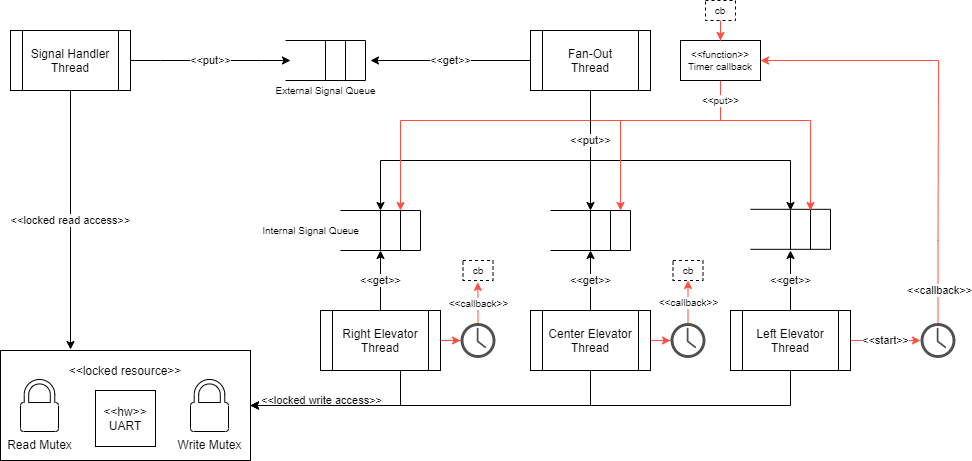
This is arquitetura/architecture.png from danilofuchs/TM4C1294_Elevator_Control, a draw.io export, as it was before one commit. Source tidied: cells renumbered, new cells last; positions are measured from the earlier drawing's top-left corner, leaving out a move shared by most shapes.
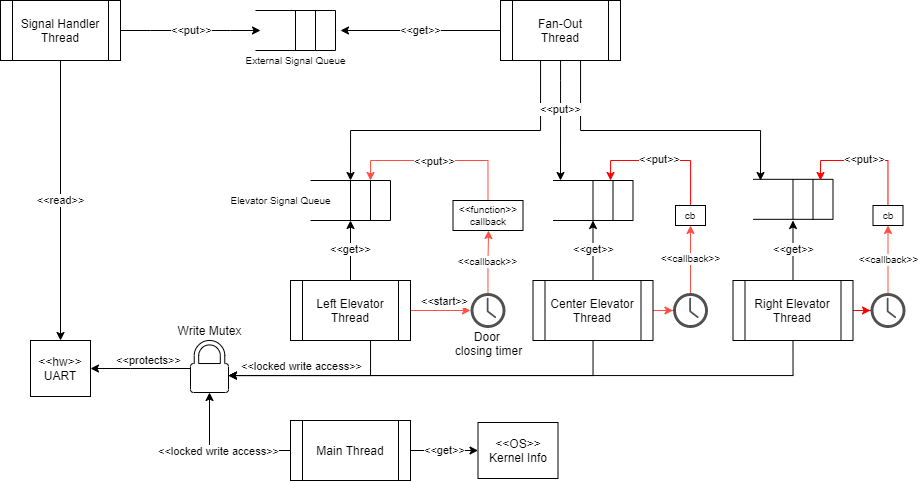
After the change.

Commit message:
docs: Improve architecture diagram

The edit, as a diff of the source:
```diff
@@ -2,21 +2,6 @@
   <root>
     <mxCell id="0" />
     <mxCell id="1" parent="0" />
-    <mxCell id="2" style="group;" parent="1" vertex="1">
-      <mxGeometry y="350" width="250" height="110" as="geometry" />
-    </mxCell>
-    <mxCell id="3" value="&amp;lt;&amp;lt;locked resource&amp;gt;&amp;gt;&lt;br&gt;&lt;br&gt;&lt;br&gt;&lt;br&gt;&lt;br&gt;&lt;br&gt;" style="whiteSpace=wrap;html=1;" parent="2" vertex="1">
-      <mxGeometry width="250" height="110" as="geometry" />
-    </mxCell>
-    <mxCell id="4" value="Read Mutex" style="shadow=0;dashed=0;html=1;labelPosition=center;verticalLabelPosition=bottom;verticalAlign=top;align=center;shape=mxgraph.office.security.lock_protected;" parent="2" vertex="1">
-      <mxGeometry x="20" y="29" width="38" height="52" as="geometry" />
-    </mxCell>
-    <mxCell id="5" value="&amp;lt;&amp;lt;hw&amp;gt;&amp;gt;&lt;br&gt;UART" style="whiteSpace=wrap;html=1;" parent="2" vertex="1">
-      <mxGeometry x="95" y="40" width="60" height="56" as="geometry" />
-    </mxCell>
-    <mxCell id="6" value="Write Mutex" style="shadow=0;dashed=0;html=1;labelPosition=center;verticalLabelPosition=bottom;verticalAlign=top;outlineConnect=0;align=center;shape=mxgraph.office.security.lock_protected;" parent="2" vertex="1">
-      <mxGeometry x="190" y="29" width="38" height="52" as="geometry" />
-    </mxCell>
     <mxCell id="7" value="&amp;lt;&amp;lt;get&amp;gt;&amp;gt;" style="edgeStyle=orthogonalEdgeStyle;rounded=0;jettySize=auto;html=1;strokeColor=#000000;" parent="1" edge="1" source="11">
       <mxGeometry relative="1" as="geometry">
         <mxPoint x="370" y="60" as="targetPoint" />
@@ -26,7 +11,7 @@
       <mxGeometry relative="1" as="geometry">
         <mxPoint x="380" y="210" as="targetPoint" />
         <Array as="points">
-          <mxPoint x="590" y="160" />
+          <mxPoint x="570" y="160" />
           <mxPoint x="380" y="160" />
         </Array>
       </mxGeometry>
@@ -35,18 +20,15 @@
       <mxGeometry x="0.04" relative="1" as="geometry">
         <mxPoint x="790" y="210" as="targetPoint" />
         <Array as="points">
-          <mxPoint x="590" y="160" />
+          <mxPoint x="610" y="160" />
           <mxPoint x="790" y="160" />
         </Array>
       </mxGeometry>
     </mxCell>
-    <mxCell id="10" value="&amp;lt;&amp;lt;start&amp;gt;&amp;gt;" style="edgeStyle=orthogonalEdgeStyle;rounded=0;jettySize=auto;html=1;exitX=1;exitY=0.5;exitDx=0;exitDy=0;strokeColor=#FF4F42;" parent="1" edge="1" source="17" target="51">
-      <mxGeometry relative="1" as="geometry" />
-    </mxCell>
     <mxCell id="11" value="Fan-Out&lt;br&gt;Thread" style="shape=process;whiteSpace=wrap;html=1;backgroundOutline=1;" parent="1" vertex="1">
       <mxGeometry x="530" y="30" width="120" height="60" as="geometry" />
     </mxCell>
-    <mxCell id="12" value="&amp;lt;&amp;lt;locked read access&amp;gt;&amp;gt;" style="edgeStyle=orthogonalEdgeStyle;rounded=0;jettySize=auto;html=1;entryX=0.28;entryY=-0.009;entryDx=0;entryDy=0;entryPerimeter=0;" parent="1" edge="1" source="14" target="3">
+    <mxCell id="12" value="&amp;lt;&amp;lt;read&amp;gt;&amp;gt;" style="edgeStyle=orthogonalEdgeStyle;rounded=0;jettySize=auto;html=1;entryX=0.5;entryY=0;entryDx=0;entryDy=0;" parent="1" edge="1" source="14" target="5">
       <mxGeometry relative="1" as="geometry" />
     </mxCell>
     <mxCell id="13" value="&amp;lt;&amp;lt;put&amp;gt;&amp;gt;" style="edgeStyle=entityRelationEdgeStyle;rounded=0;jettySize=auto;html=1;exitX=1;exitY=0.5;exitDx=0;exitDy=0;" parent="1" edge="1" source="14">
@@ -55,61 +37,71 @@
       </mxGeometry>
     </mxCell>
     <mxCell id="14" value="Signal Handler Thread" style="shape=process;whiteSpace=wrap;html=1;backgroundOutline=1;" parent="1" vertex="1">
-      <mxGeometry x="10" y="30" width="120" height="60" as="geometry" />
+      <mxGeometry x="30" y="30" width="120" height="60" as="geometry" />
     </mxCell>
     <mxCell id="15" value="&amp;lt;&amp;lt;get&amp;gt;&amp;gt;" style="jettySize=auto;html=1;exitX=0.5;exitY=0;exitDx=0;exitDy=0;rounded=0;" parent="1" edge="1" source="17">
       <mxGeometry relative="1" as="geometry">
-        <mxPoint x="790" y="250" as="targetPoint" />
+        <mxPoint x="822.5" y="250" as="targetPoint" />
       </mxGeometry>
     </mxCell>
-    <mxCell id="16" value="&amp;lt;&amp;lt;locked write access&amp;gt;&amp;gt;" style="edgeStyle=orthogonalEdgeStyle;rounded=0;jettySize=auto;html=1;entryX=1;entryY=0.5;entryDx=0;entryDy=0;strokeColor=#000000;exitX=0.5;exitY=1;exitDx=0;exitDy=0;" parent="1" edge="1" source="17" target="3">
-      <mxGeometry x="0.75" y="-5" relative="1" as="geometry">
+    <mxCell id="16" value="&amp;lt;&amp;lt;locked write access&amp;gt;&amp;gt;" style="edgeStyle=orthogonalEdgeStyle;rounded=0;jettySize=auto;html=1;strokeColor=#000000;exitX=0.5;exitY=1;exitDx=0;exitDy=0;" parent="1" edge="1" source="17" target="6">
+      <mxGeometry x="0.76" y="-9" relative="1" as="geometry">
         <Array as="points">
-          <mxPoint x="790" y="405" />
+          <mxPoint x="823" y="405" />
         </Array>
       </mxGeometry>
     </mxCell>
+    <mxCell id="67" style="edgeStyle=orthogonalEdgeStyle;rounded=0;jettySize=auto;html=1;exitX=1;exitY=0.5;exitDx=0;exitDy=0;strokeColor=#FF0000;" parent="1" edge="1" source="17" target="81">
+      <mxGeometry relative="1" as="geometry" />
+    </mxCell>
-    <mxCell id="17" value="Left Elevator Thread" style="shape=process;whiteSpace=wrap;html=1;backgroundOutline=1;" parent="1" vertex="1">
-      <mxGeometry x="730" y="310" width="120" height="60" as="geometry" />
+    <mxCell id="17" value="Right Elevator Thread" style="shape=process;whiteSpace=wrap;html=1;backgroundOutline=1;" parent="1" vertex="1">
+      <mxGeometry x="762.5" y="310" width="120" height="60" as="geometry" />
     </mxCell>
     <mxCell id="18" value="&amp;lt;&amp;lt;get&amp;gt;&amp;gt;" style="edgeStyle=none;rounded=0;jettySize=auto;html=1;strokeColor=#000000;" parent="1" edge="1" source="21">
       <mxGeometry relative="1" as="geometry">
         <mxPoint x="380" y="250" as="targetPoint" />
       </mxGeometry>
     </mxCell>
-    <mxCell id="19" style="edgeStyle=orthogonalEdgeStyle;rounded=0;jettySize=auto;html=1;entryX=1;entryY=0.5;entryDx=0;entryDy=0;strokeColor=#000000;" parent="1" edge="1" source="21" target="3">
+    <mxCell id="19" style="edgeStyle=orthogonalEdgeStyle;rounded=0;jettySize=auto;html=1;strokeColor=#000000;" parent="1" edge="1" source="21" target="6">
       <mxGeometry relative="1" as="geometry">
         <Array as="points">
           <mxPoint x="400" y="405" />
         </Array>
       </mxGeometry>
     </mxCell>
-    <mxCell id="20" style="edgeStyle=orthogonalEdgeStyle;rounded=0;jettySize=auto;html=1;fontSize=10;strokeColor=#FF4F42;" parent="1" edge="1" source="21" target="54">
+    <mxCell id="20" style="edgeStyle=orthogonalEdgeStyle;rounded=0;jettySize=auto;html=1;fontSize=10;strokeColor=#FF4F42;exitX=1;exitY=0.5;exitDx=0;exitDy=0;" parent="1" edge="1" source="21" target="54">
       <mxGeometry relative="1" as="geometry" />
     </mxCell>
+    <mxCell id="10" value="&amp;lt;&amp;lt;start&amp;gt;&amp;gt;" style="edgeLabel;html=1;align=center;verticalAlign=middle;" parent="20" vertex="1">
+      <mxGeometry x="-0.31" relative="1" as="geometry">
+        <mxPoint x="12" y="-10" as="offset" />
+      </mxGeometry>
+    </mxCell>
-    <mxCell id="21" value="Right Elevator Thread" style="shape=process;whiteSpace=wrap;html=1;backgroundOutline=1;" parent="1" vertex="1">
+    <mxCell id="21" value="Left Elevator Thread" style="shape=process;whiteSpace=wrap;html=1;backgroundOutline=1;" parent="1" vertex="1">
       <mxGeometry x="320" y="310" width="120" height="60" as="geometry" />
     </mxCell>
     <mxCell id="22" value="&amp;lt;&amp;lt;get&amp;gt;&amp;gt;" style="edgeStyle=none;rounded=0;jettySize=auto;html=1;strokeColor=#000000;" parent="1" edge="1" source="25">
       <mxGeometry relative="1" as="geometry">
-        <mxPoint x="590" y="250" as="targetPoint" />
+        <mxPoint x="622.5" y="250" as="targetPoint" />
       </mxGeometry>
     </mxCell>
-    <mxCell id="23" style="edgeStyle=orthogonalEdgeStyle;rounded=0;jettySize=auto;html=1;entryX=1;entryY=0.5;entryDx=0;entryDy=0;strokeColor=#000000;" parent="1" edge="1" source="25" target="3">
+    <mxCell id="23" style="edgeStyle=orthogonalEdgeStyle;rounded=0;jettySize=auto;html=1;strokeColor=#000000;" parent="1" edge="1" source="25" target="6">
       <mxGeometry relative="1" as="geometry">
         <Array as="points">
-          <mxPoint x="590" y="405" />
+          <mxPoint x="623" y="405" />
         </Array>
       </mxGeometry>
     </mxCell>
-    <mxCell id="24" style="edgeStyle=orthogonalEdgeStyle;rounded=0;jettySize=auto;html=1;fontSize=10;strokeColor=#FF4F42;" parent="1" edge="1" source="25" target="53">
-      <mxGeometry relative="1" as="geometry" />
+    <mxCell id="24" style="edgeStyle=orthogonalEdgeStyle;rounded=0;jettySize=auto;html=1;fontSize=10;strokeColor=#FF4F42;" parent="1" edge="1" source="25">
+      <mxGeometry relative="1" as="geometry">
+        <mxPoint x="702.5" y="340" as="targetPoint" />
+      </mxGeometry>
     </mxCell>
     <mxCell id="25" value="Center Elevator Thread" style="shape=process;whiteSpace=wrap;html=1;backgroundOutline=1;" parent="1" vertex="1">
-      <mxGeometry x="530" y="310" width="120" height="60" as="geometry" />
+      <mxGeometry x="562.5" y="310" width="120" height="60" as="geometry" />
     </mxCell>
     <mxCell id="26" style="group;rotation=0;" parent="1" vertex="1">
-      <mxGeometry x="750" y="208.8" width="80" height="40" as="geometry" />
+      <mxGeometry x="782.5" y="208.8" width="80" height="40" as="geometry" />
     </mxCell>
     <mxCell id="27" style="endArrow=none;html=1;" parent="26" edge="1">
       <mxGeometry relative="1" as="geometry">
@@ -142,7 +134,7 @@
       </mxGeometry>
     </mxCell>
     <mxCell id="32" style="group;rotation=0;" parent="1" vertex="1">
-      <mxGeometry x="550" y="210" width="80" height="40" as="geometry" />
+      <mxGeometry x="582.5" y="210" width="80" height="40" as="geometry" />
     </mxCell>
     <mxCell id="33" style="endArrow=none;html=1;" parent="32" edge="1">
       <mxGeometry relative="1" as="geometry">
@@ -240,86 +232,134 @@
         <mxPoint as="targetPoint" />
       </mxGeometry>
     </mxCell>
-    <mxCell id="50" value="&amp;lt;&amp;lt;callback&amp;gt;&amp;gt;" style="edgeStyle=orthogonalEdgeStyle;rounded=0;jettySize=auto;html=1;entryX=1;entryY=0.5;entryDx=0;entryDy=0;strokeColor=#FF4F42;" parent="1" edge="1" source="51" target="58">
-      <mxGeometry x="-0.85" y="-1" relative="1" as="geometry">
-        <Array as="points">
-          <mxPoint x="938" y="240" />
-          <mxPoint x="938" y="60" />
-        </Array>
-      </mxGeometry>
-    </mxCell>
-    <mxCell id="51" style="shadow=0;dashed=0;html=1;strokeColor=none;fillColor=#505050;labelPosition=center;verticalLabelPosition=bottom;verticalAlign=top;outlineConnect=0;align=center;shape=mxgraph.office.concepts.clock;" parent="1" vertex="1">
-      <mxGeometry x="920" y="322.5" width="35" height="35" as="geometry" />
-    </mxCell>
-    <mxCell id="52" value="&amp;lt;&amp;lt;callback&amp;gt;&amp;gt;" style="edgeStyle=orthogonalEdgeStyle;rounded=0;jettySize=auto;html=1;fontSize=10;entryX=0.5;entryY=1;entryDx=0;entryDy=0;strokeColor=#FF4F42;" parent="1" edge="1" source="53" target="61">
-      <mxGeometry relative="1" as="geometry" />
+    <mxCell id="52" value="&amp;lt;&amp;lt;callback&amp;gt;&amp;gt;" style="edgeStyle=orthogonalEdgeStyle;rounded=0;jettySize=auto;html=1;fontSize=10;entryX=0.5;entryY=1;entryDx=0;entryDy=0;strokeColor=#FF4F42;" parent="1" edge="1" target="61">
+      <mxGeometry relative="1" as="geometry">
+        <mxPoint x="720" y="322.5" as="sourcePoint" />
+      </mxGeometry>
     </mxCell>
-    <mxCell id="53" style="shadow=0;dashed=0;html=1;strokeColor=none;fillColor=#505050;labelPosition=center;verticalLabelPosition=bottom;verticalAlign=top;outlineConnect=0;align=center;shape=mxgraph.office.concepts.clock;" parent="1" vertex="1">
-      <mxGeometry x="670" y="322.5" width="35" height="35" as="geometry" />
-    </mxCell>
-    <mxCell id="54" style="shadow=0;dashed=0;html=1;strokeColor=none;fillColor=#505050;labelPosition=center;verticalLabelPosition=bottom;verticalAlign=top;outlineConnect=0;align=center;shape=mxgraph.office.concepts.clock;" parent="1" vertex="1">
-      <mxGeometry x="460" y="322.5" width="35" height="35" as="geometry" />
-    </mxCell>
-    <mxCell id="55" style="edgeStyle=orthogonalEdgeStyle;rounded=0;jettySize=auto;html=1;fontSize=10;exitX=0.5;exitY=1;exitDx=0;exitDy=0;strokeWidth=1;strokeColor=#FF4F42;" parent="1" edge="1" source="58">
-      <mxGeometry relative="1" as="geometry">
-        <mxPoint x="810" y="210" as="targetPoint" />
-        <Array as="points">
-          <mxPoint x="720" y="120" />
-          <mxPoint x="810" y="120" />
-        </Array>
-      </mxGeometry>
-    </mxCell>
-    <mxCell id="56" style="edgeStyle=orthogonalEdgeStyle;rounded=0;jettySize=auto;html=1;fontSize=10;strokeWidth=1;strokeColor=#FF4F42;" parent="1" edge="1" source="58">
-      <mxGeometry relative="1" as="geometry">
-        <mxPoint x="620" y="210" as="targetPoint" />
-        <Array as="points">
-          <mxPoint x="720" y="120" />
-          <mxPoint x="620" y="120" />
-          <mxPoint x="620" y="210" />
-        </Array>
-      </mxGeometry>
-    </mxCell>
-    <mxCell id="57" value="&amp;lt;&amp;lt;put&amp;gt;&amp;gt;" style="edgeStyle=orthogonalEdgeStyle;rounded=0;jettySize=auto;html=1;fontSize=10;strokeWidth=1;strokeColor=#FF4F42;" parent="1" edge="1" source="58">
+    <mxCell id="57" style="edgeStyle=orthogonalEdgeStyle;rounded=0;jettySize=auto;html=1;fontSize=10;strokeWidth=1;strokeColor=#FF4F42;exitX=0.5;exitY=0;exitDx=0;exitDy=0;" parent="1" edge="1" source="60">
       <mxGeometry x="-0.91" relative="1" as="geometry">
         <mxPoint x="400" y="210" as="targetPoint" />
         <Array as="points">
-          <mxPoint x="720" y="120" />
-          <mxPoint x="400" y="120" />
-          <mxPoint x="400" y="210" />
+          <mxPoint x="518" y="190" />
+          <mxPoint x="400" y="190" />
         </Array>
       </mxGeometry>
     </mxCell>
-    <mxCell id="58" value="&amp;lt;&amp;lt;function&amp;gt;&amp;gt;&lt;br style=&quot;font-size: 10px&quot;&gt;Timer callback" style="rounded=0;whiteSpace=wrap;html=1;fontSize=10;" parent="1" vertex="1">
-      <mxGeometry x="680" y="40" width="80" height="40" as="geometry" />
-    </mxCell>
+    <mxCell id="68" value="&amp;lt;&amp;lt;put&amp;gt;&amp;gt;" style="edgeLabel;html=1;align=center;verticalAlign=middle;" parent="57" vertex="1">
+      <mxGeometry x="0.06" relative="1" as="geometry" />
+    </mxCell>
-    <mxCell id="59" value="&amp;lt;&amp;lt;callback&amp;gt;&amp;gt;" style="edgeStyle=orthogonalEdgeStyle;rounded=0;jettySize=auto;html=1;fontSize=10;entryX=0.493;entryY=1.092;entryDx=0;entryDy=0;entryPerimeter=0;strokeColor=#FF4F42;" parent="1" edge="1" source="54" target="60">
-      <mxGeometry relative="1" as="geometry" />
+    <mxCell id="59" value="&amp;lt;&amp;lt;callback&amp;gt;&amp;gt;" style="edgeStyle=orthogonalEdgeStyle;rounded=0;jettySize=auto;html=1;fontSize=10;entryX=0.5;entryY=1;entryDx=0;entryDy=0;strokeColor=#FF4F42;" parent="1" edge="1" source="54" target="60">
+      <mxGeometry relative="1" as="geometry">
+        <Array as="points">
+          <mxPoint x="518" y="291" />
+          <mxPoint x="518" y="291" />
+          <mxPoint x="518" y="260" />
+        </Array>
+      </mxGeometry>
     </mxCell>
-    <mxCell id="60" value="cb" style="whiteSpace=wrap;html=1;fontSize=10;dashed=1;" parent="1" vertex="1">
-      <mxGeometry x="462.5" y="260" width="30" height="20" as="geometry" />
+    <mxCell id="60" value="&amp;lt;&amp;lt;function&amp;gt;&amp;gt;&lt;br&gt;callback" style="whiteSpace=wrap;html=1;fontSize=10;" parent="1" vertex="1">
+      <mxGeometry x="482.5" y="230" width="70" height="30" as="geometry" />
     </mxCell>
+    <mxCell id="69" style="edgeStyle=orthogonalEdgeStyle;rounded=0;jettySize=auto;html=1;strokeColor=#FF0000;" parent="1" edge="1" source="61">
+      <mxGeometry relative="1" as="geometry">
+        <mxPoint x="640" y="210" as="targetPoint" />
+        <Array as="points">
+          <mxPoint x="720" y="190" />
+          <mxPoint x="640" y="190" />
+        </Array>
+      </mxGeometry>
+    </mxCell>
+    <mxCell id="70" value="&amp;lt;&amp;lt;put&amp;gt;&amp;gt;" style="edgeLabel;html=1;align=center;verticalAlign=middle;" parent="69" vertex="1">
+      <mxGeometry x="0.06" y="-2" relative="1" as="geometry" />
+    </mxCell>
-    <mxCell id="61" value="cb" style="whiteSpace=wrap;html=1;fontSize=10;dashed=1;" parent="1" vertex="1">
-      <mxGeometry x="672.5" y="260" width="30" height="20" as="geometry" />
+    <mxCell id="61" value="cb" style="whiteSpace=wrap;html=1;fontSize=10;" parent="1" vertex="1">
+      <mxGeometry x="705" y="235" width="30" height="20" as="geometry" />
     </mxCell>
     <mxCell id="62" value="&amp;lt;&amp;lt;put&amp;gt;&amp;gt;" style="edgeStyle=orthogonalEdgeStyle;rounded=0;jettySize=auto;html=1;strokeColor=#000000;" parent="1" edge="1" source="11">
       <mxGeometry x="-0.17" relative="1" as="geometry">
         <mxPoint x="590" y="210" as="targetPoint" />
         <Array as="points">
-          <mxPoint x="590" y="210" />
+          <mxPoint x="590" y="110" />
+          <mxPoint x="590" y="110" />
         </Array>
       </mxGeometry>
     </mxCell>
-    <mxCell id="63" style="edgeStyle=orthogonalEdgeStyle;rounded=0;jettySize=auto;html=1;entryX=0.5;entryY=0;entryDx=0;entryDy=0;fontSize=10;strokeColor=#FF4F42;strokeWidth=1;" parent="1" edge="1" source="64" target="58">
-      <mxGeometry relative="1" as="geometry" />
-    </mxCell>
-    <mxCell id="64" value="cb" style="whiteSpace=wrap;html=1;fontSize=10;dashed=1;" parent="1" vertex="1">
-      <mxGeometry x="705" width="30" height="20" as="geometry" />
-    </mxCell>
     <mxCell id="65" value="External Signal Queue" style="text;html=1;align=center;verticalAlign=middle;strokeColor=none;fontSize=10;" parent="1" vertex="1">
       <mxGeometry x="265" y="80" width="120" height="20" as="geometry" />
     </mxCell>
-    <mxCell id="66" value="Internal Signal Queue" style="text;html=1;align=center;verticalAlign=middle;strokeColor=none;fontSize=10;" parent="1" vertex="1">
-      <mxGeometry x="255" y="220" width="110" height="20" as="geometry" />
+    <mxCell id="66" value="Elevator Signal Queue" style="text;html=1;align=center;verticalAlign=middle;strokeColor=none;fontSize=10;" parent="1" vertex="1">
+      <mxGeometry x="250" y="220" width="120" height="20" as="geometry" />
     </mxCell>
+    <mxCell id="5" value="&amp;lt;&amp;lt;hw&amp;gt;&amp;gt;&lt;br&gt;UART" style="whiteSpace=wrap;html=1;" parent="1" vertex="1">
+      <mxGeometry x="60" y="370" width="60" height="56" as="geometry" />
+    </mxCell>
+    <mxCell id="71" value="&amp;lt;&amp;lt;protects&amp;gt;&amp;gt;" style="edgeStyle=orthogonalEdgeStyle;rounded=0;jettySize=auto;html=1;entryX=1;entryY=0.5;entryDx=0;entryDy=0;" parent="1" edge="1" source="6" target="5">
+      <mxGeometry x="-0.14" y="-8" relative="1" as="geometry">
+        <Array as="points">
+          <mxPoint x="160" y="398" />
+          <mxPoint x="160" y="398" />
+        </Array>
+      </mxGeometry>
+    </mxCell>
+    <mxCell id="6" value="Write Mutex" style="shadow=0;dashed=0;html=1;labelPosition=center;verticalLabelPosition=top;verticalAlign=bottom;outlineConnect=0;align=center;shape=mxgraph.office.security.lock_protected;horizontal=1;" parent="1" vertex="1">
+      <mxGeometry x="220" y="370" width="38" height="52" as="geometry" />
+    </mxCell>
+    <mxCell id="72" style="group;" parent="1" vertex="1">
+      <mxGeometry x="477.5" y="322.5" width="80" height="65" as="geometry" />
+    </mxCell>
+    <mxCell id="54" style="shadow=0;dashed=0;html=1;strokeColor=none;fillColor=#505050;labelPosition=center;verticalLabelPosition=bottom;verticalAlign=top;outlineConnect=0;align=center;shape=mxgraph.office.concepts.clock;" parent="72" vertex="1">
+      <mxGeometry x="22.5" width="35" height="35" as="geometry" />
+    </mxCell>
+    <mxCell id="73" value="Door &lt;br&gt;closing timer" style="text;html=1;align=center;verticalAlign=middle;strokeColor=none;" parent="72" vertex="1">
+      <mxGeometry y="35" width="80" height="30" as="geometry" />
+    </mxCell>
+    <mxCell id="50" value="&amp;lt;&amp;lt;callback&amp;gt;&amp;gt;" style="edgeStyle=orthogonalEdgeStyle;rounded=0;jettySize=auto;html=1;fontSize=10;entryX=0.5;entryY=1;entryDx=0;entryDy=0;strokeColor=#FF4F42;" parent="1" edge="1" target="64">
+      <mxGeometry relative="1" as="geometry">
+        <mxPoint x="917.5" y="323" as="sourcePoint" />
+      </mxGeometry>
+    </mxCell>
+    <mxCell id="74" style="edgeStyle=orthogonalEdgeStyle;rounded=0;jettySize=auto;html=1;strokeColor=#FF0000;" parent="1" edge="1" source="64">
+      <mxGeometry relative="1" as="geometry">
+        <mxPoint x="850" y="210" as="targetPoint" />
+        <Array as="points">
+          <mxPoint x="918" y="190" />
+          <mxPoint x="850" y="190" />
+        </Array>
+      </mxGeometry>
+    </mxCell>
+    <mxCell id="75" value="&amp;lt;&amp;lt;put&amp;gt;&amp;gt;" style="edgeLabel;html=1;align=center;verticalAlign=middle;" parent="74" vertex="1">
+      <mxGeometry x="0.06" y="-2" relative="1" as="geometry" />
+    </mxCell>
+    <mxCell id="64" value="cb" style="whiteSpace=wrap;html=1;fontSize=10;" parent="1" vertex="1">
+      <mxGeometry x="902.5" y="235" width="30" height="20" as="geometry" />
+    </mxCell>
+    <mxCell id="76" value="&amp;lt;&amp;lt;get&amp;gt;&amp;gt;" style="edgeStyle=orthogonalEdgeStyle;rounded=0;jettySize=auto;html=1;entryX=0;entryY=0.5;entryDx=0;entryDy=0;" parent="1" edge="1" source="79" target="80">
+      <mxGeometry relative="1" as="geometry" />
+    </mxCell>
+    <mxCell id="77" style="edgeStyle=orthogonalEdgeStyle;rounded=0;jettySize=auto;html=1;strokeColor=#000000;" parent="1" edge="1" source="79" target="6">
+      <mxGeometry relative="1" as="geometry">
+        <Array as="points">
+          <mxPoint x="239" y="480" />
+        </Array>
+      </mxGeometry>
+    </mxCell>
+    <mxCell id="78" value="&amp;lt;&amp;lt;locked write access&amp;gt;&amp;gt;" style="edgeLabel;html=1;align=center;verticalAlign=middle;" parent="77" vertex="1">
+      <mxGeometry x="-0.15" y="-1" relative="1" as="geometry">
+        <mxPoint x="-14" y="1" as="offset" />
+      </mxGeometry>
+    </mxCell>
+    <mxCell id="79" value="Main Thread" style="shape=process;whiteSpace=wrap;html=1;backgroundOutline=1;" parent="1" vertex="1">
+      <mxGeometry x="320" y="450" width="120" height="60" as="geometry" />
+    </mxCell>
+    <mxCell id="80" value="&amp;lt;&amp;lt;OS&amp;gt;&amp;gt;&lt;br&gt;Kernel Info" style="whiteSpace=wrap;html=1;" parent="1" vertex="1">
+      <mxGeometry x="507.5" y="452" width="80" height="56" as="geometry" />
+    </mxCell>
+    <mxCell id="81" style="shadow=0;dashed=0;html=1;strokeColor=none;fillColor=#505050;labelPosition=center;verticalLabelPosition=bottom;verticalAlign=top;outlineConnect=0;align=center;shape=mxgraph.office.concepts.clock;" parent="1" vertex="1">
+      <mxGeometry x="900" y="322.5" width="35" height="35" as="geometry" />
+    </mxCell>
+    <mxCell id="82" style="shadow=0;dashed=0;html=1;strokeColor=none;fillColor=#505050;labelPosition=center;verticalLabelPosition=bottom;verticalAlign=top;align=center;shape=mxgraph.office.concepts.clock;" parent="1" vertex="1">
+      <mxGeometry x="702.5" y="322.5" width="35" height="35" as="geometry" />
+    </mxCell>
   </root>
 </mxGraphModel>
```
